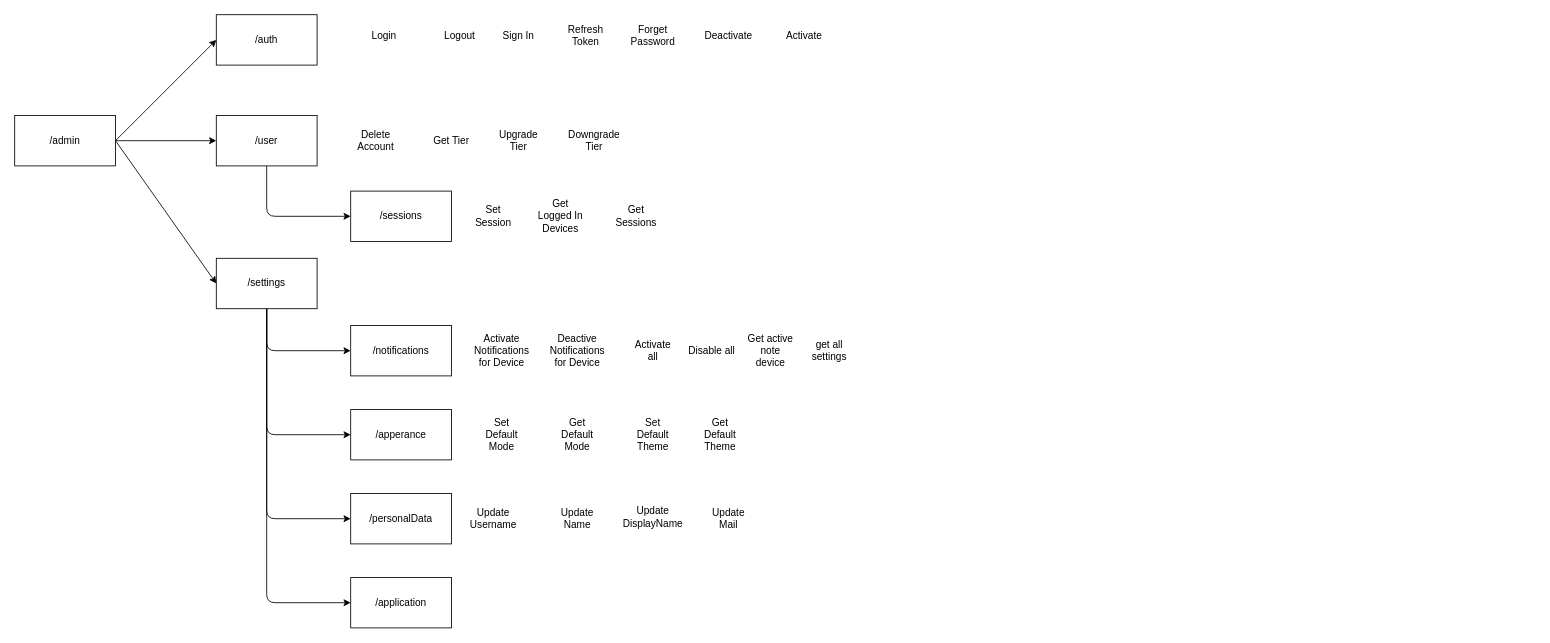
TodoXpress/Documentation keeps this draw.io diagram as Architecture/Backend.drawio. Above is the earlier version. Source tidied: cells renumbered, new cells numbered last; positions are measured from the earlier drawing's top-left corner, leaving out a move shared by most shapes. Both pictures are drawn from the tidied source at 84%, with x=0, y=0 at pixel (14, 14).
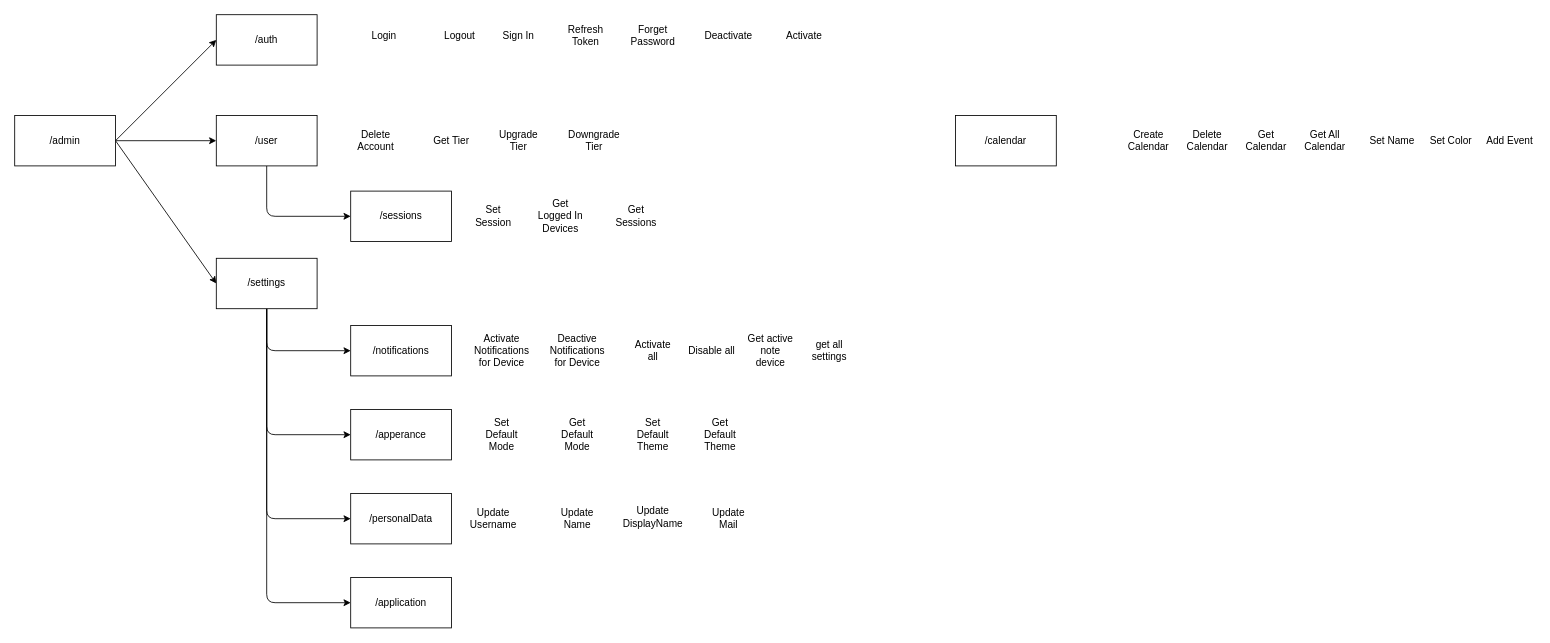
The same diagram, later.

Commit message:
add calendar endpoint

Diff of the diagram source:
```diff
@@
+    <mxCell id="47" value="/calendar" style="rounded=0;whiteSpace=wrap;html=1;" parent="1" vertex="1">
+      <mxGeometry x="1120" y="120" width="120" height="60" as="geometry" />
+    </mxCell>
+    <mxCell id="48" value="Create Calendar" style="text;html=1;strokeColor=none;fillColor=none;align=center;verticalAlign=middle;whiteSpace=wrap;rounded=0;" parent="1" vertex="1">
+      <mxGeometry x="1320" y="135" width="60" height="30" as="geometry" />
+    </mxCell>
+    <mxCell id="49" value="Delete Calendar" style="text;html=1;strokeColor=none;fillColor=none;align=center;verticalAlign=middle;whiteSpace=wrap;rounded=0;" parent="1" vertex="1">
+      <mxGeometry x="1390" y="135" width="60" height="30" as="geometry" />
+    </mxCell>
+    <mxCell id="50" value="Get Calendar" style="text;html=1;strokeColor=none;fillColor=none;align=center;verticalAlign=middle;whiteSpace=wrap;rounded=0;" parent="1" vertex="1">
+      <mxGeometry x="1460" y="135" width="60" height="30" as="geometry" />
+    </mxCell>
+    <mxCell id="51" value="Get All Calendar" style="text;html=1;strokeColor=none;fillColor=none;align=center;verticalAlign=middle;whiteSpace=wrap;rounded=0;" parent="1" vertex="1">
+      <mxGeometry x="1530" y="135" width="60" height="30" as="geometry" />
+    </mxCell>
+    <mxCell id="52" value="Set Name" style="text;html=1;strokeColor=none;fillColor=none;align=center;verticalAlign=middle;whiteSpace=wrap;rounded=0;" parent="1" vertex="1">
+      <mxGeometry x="1610" y="135" width="60" height="30" as="geometry" />
+    </mxCell>
+    <mxCell id="53" value="Set Color" style="text;html=1;strokeColor=none;fillColor=none;align=center;verticalAlign=middle;whiteSpace=wrap;rounded=0;" parent="1" vertex="1">
+      <mxGeometry x="1680" y="135" width="60" height="30" as="geometry" />
+    </mxCell>
+    <mxCell id="54" value="Add Event" style="text;html=1;strokeColor=none;fillColor=none;align=center;verticalAlign=middle;whiteSpace=wrap;rounded=0;" parent="1" vertex="1">
+      <mxGeometry x="1750" y="135" width="60" height="30" as="geometry" />
+    </mxCell>
```
